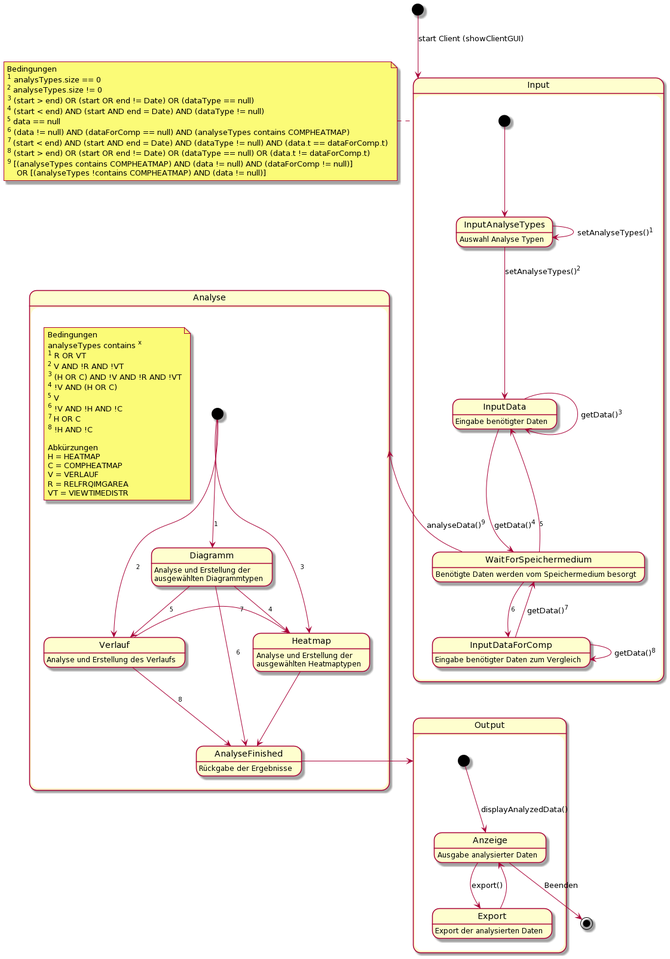
weichware-10/dokumente keeps this PlantUML diagram as uml-state/analyseclient/zustand-analyseclient.png. Above is the earlier version.
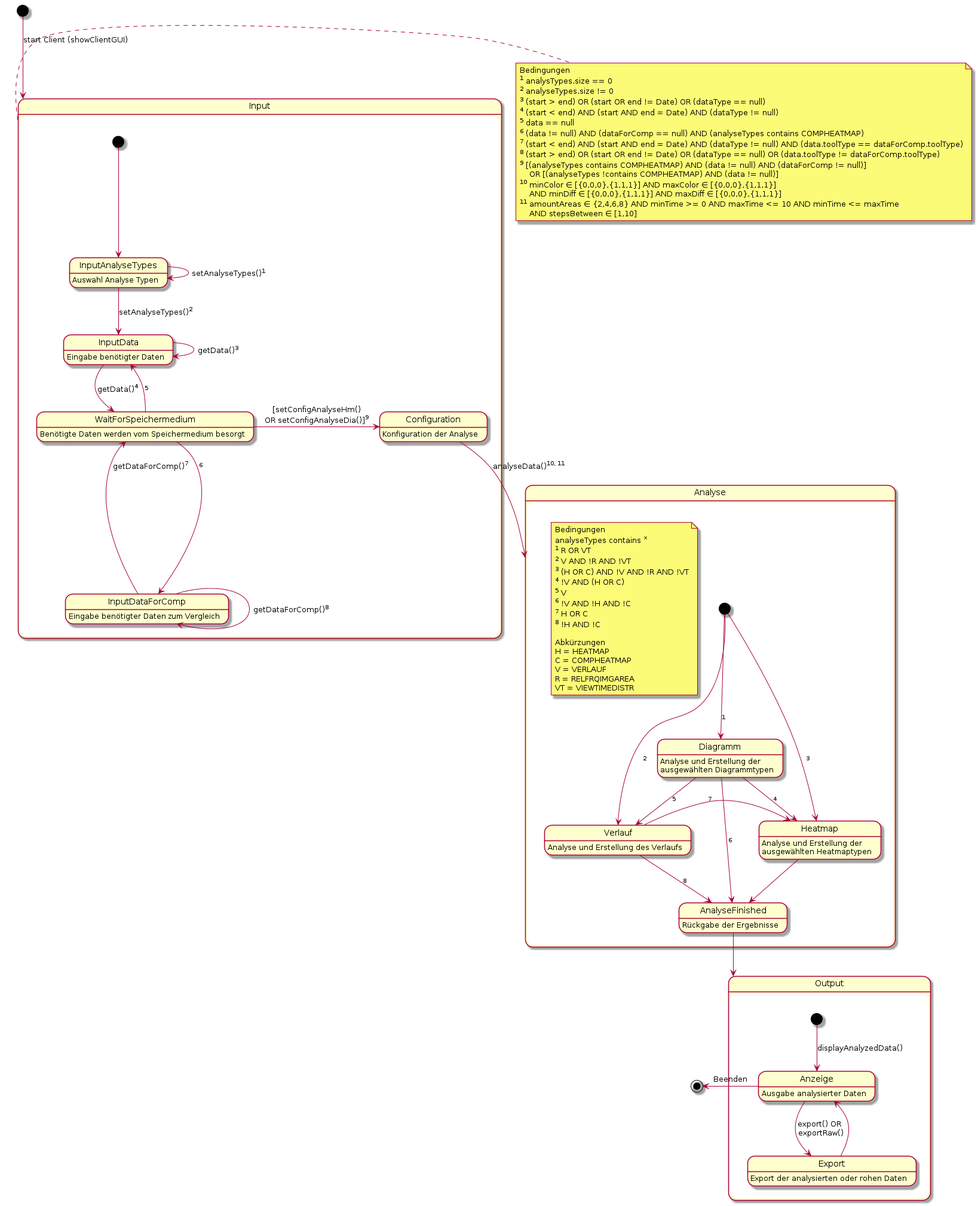
The same diagram one commit later.

What changed in the source:
```diff
@@ -1,5 +1,6 @@
-@startuml
-note left of i
+@startuml Datenanalyse Client
+
+note right of i
     Bedingungen
     <sup>1</sup> analysTypes.size == 0
     <sup>2</sup> analyseTypes.size != 0
@@ -7,10 +8,14 @@
     <sup>4</sup> (start < end) AND (start AND end = Date) AND (dataType != null)
     <sup>5</sup> data == null
     <sup>6</sup> (data != null) AND (dataForComp == null) AND (analyseTypes contains COMPHEATMAP)
-    <sup>7</sup> (start < end) AND (start AND end = Date) AND (dataType != null) AND (data.t == dataForComp.t)
-    <sup>8</sup> (start > end) OR (start OR end != Date) OR (dataType == null) OR (data.t != dataForComp.t)
+    <sup>7</sup> (start < end) AND (start AND end = Date) AND (dataType != null) AND (data.toolType == dataForComp.toolType)
+    <sup>8</sup> (start > end) OR (start OR end != Date) OR (dataType == null) OR (data.toolType != dataForComp.toolType)
     <sup>9</sup> [(analyseTypes contains COMPHEATMAP) AND (data != null) AND (dataForComp != null)]
         OR [(analyseTypes !contains COMPHEATMAP) AND (data != null)]
+    <sup>10</sup> minColor ∈ [{0,0,0},{1,1,1}] AND maxColor ∈ [{0,0,0},{1,1,1}]
+        AND minDiff ∈ [{0,0,0},{1,1,1}] AND maxDiff ∈ [{0,0,0},{1,1,1}]
+    <sup>11</sup> amountAreas ∈ {2,4,6,8} AND minTime >= 0 AND maxTime <= 10 AND minTime <= maxTime
+        AND stepsBetween ∈ [1,10]
 end note
 
 state "Input" as i {
@@ -18,6 +23,7 @@
     state "InputData" as id: Eingabe benötigter Daten
     state "WaitForSpeichermedium" as wfs: Benötigte Daten werden vom Speichermedium besorgt
     state "InputDataForComp" as idfc: Eingabe benötigter Daten zum Vergleich
+    state "Configuration" as conf: Konfiguration der Analyse
 
     [*] -d-> iat
     iat -d-> id: setAnalyseTypes()<sup>2</sup>
@@ -26,9 +32,10 @@
     id -> id: getData()<sup>3</sup>
     wfs -u-> id: <sup>5</sup>
     wfs -d-> idfc: <sup>6</sup>
-    idfc -u-> wfs: getData()<sup>7</sup>
-    idfc -> idfc: getData()<sup>8</sup>
-    wfs -u-> a: analyseData()<sup>9</sup>
+    idfc -u-> wfs: getDataForComp()<sup>7</sup>
+    idfc -> idfc: getDataForComp()<sup>8</sup>
+    wfs -l-> conf: [setConfigAnalyseHm()\nOR setConfigAnalyseDia()]<sup>9</sup>
+    conf --> a: analyseData()<sup>10, 11</sup>
 }
 
 state "Analyse" as a {
@@ -46,20 +53,21 @@
     d -d-> af: <sup>6</sup>
     v -d-> af: <sup>8</sup>
     h -d-> af
-    af -r-> o
+    af --> o
 
     note "Bedingungen\nanalyseTypes contains <sup>x</sup>\n<sup>1</sup> R OR VT\n<sup>2</sup> V AND !R AND !VT\n<sup>3</sup> (H OR C) AND !V AND !R AND !VT\n<sup>4</sup> !V AND (H OR C)\n<sup>5</sup> V\n<sup>6</sup> !V AND !H AND !C\n<sup>7</sup> H OR C\n<sup>8</sup> !H AND !C\n\nAbkürzungen\nH = HEATMAP\nC = COMPHEATMAP\nV = VERLAUF\nR = RELFRQIMGAREA\nVT = VIEWTIMEDISTR" as note2
 }
 
 state "Output" as o {
     state "Anzeige" as an: Ausgabe analysierter Daten
-    state "Export" as e: Export der analysierten Daten
+    state "Export" as e: Export der analysierten oder rohen Daten
 
     [*] -d-> an: displayAnalyzedData()
-    an -> e: export()
+    an -> e: export() OR \nexportRaw()
     e -u-> an
 }
 
 [*] -d-> i: start Client (showClientGUI)
-an -d-> [*]: Beenden
+an -l-> [*]: Beenden
+
 @enduml
```
